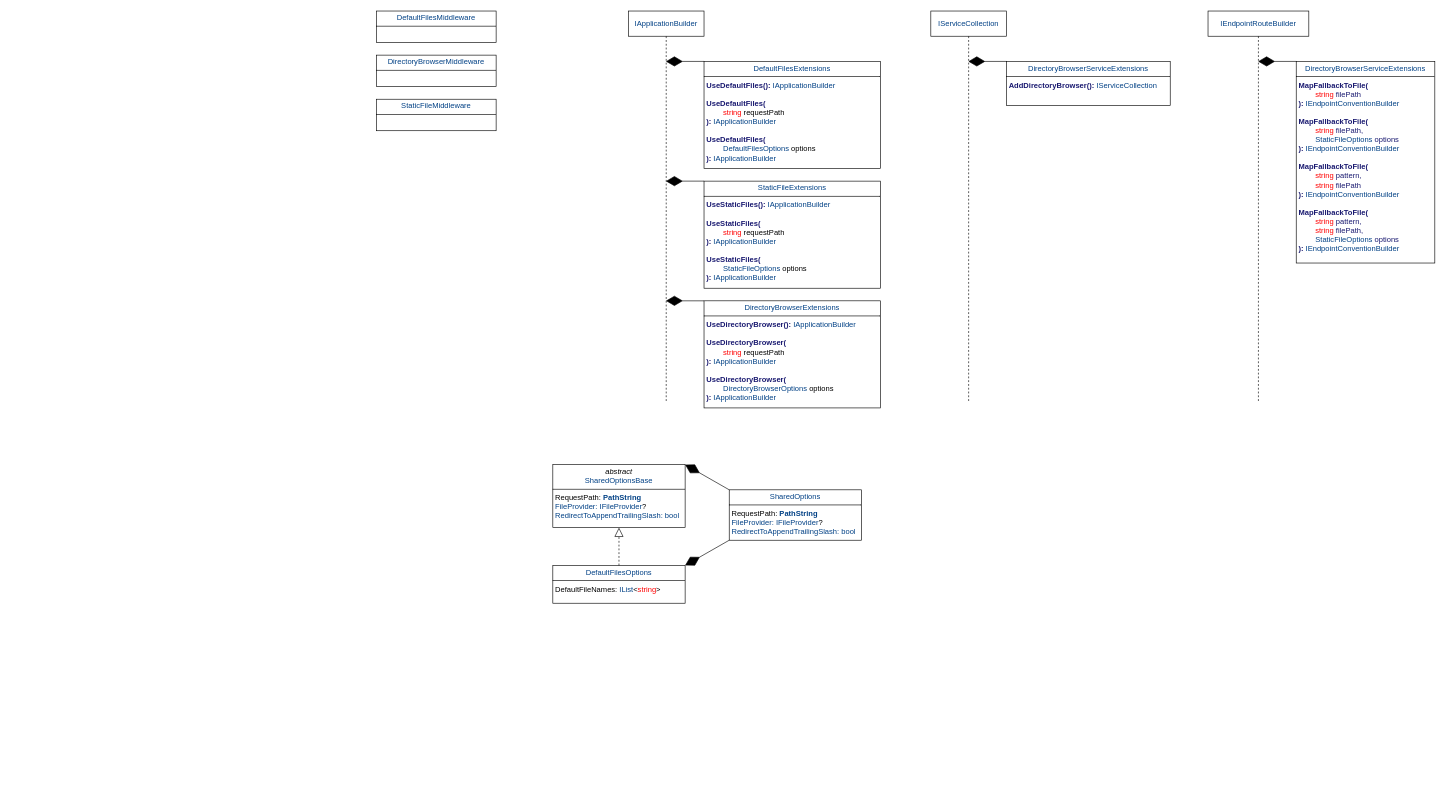
This is Middleware/Диаграмма без названия.drawio from KondyubaBA/AspNetCore-doc, a draw.io file, before an edit. Source tidied: cells renumbered, new cells numbered last; positions are measured from the earlier drawing's top-left corner, leaving out a move shared by most shapes. Both pictures are drawn from the tidied source at 63%, with x=0, y=0 at pixel (376, 11).
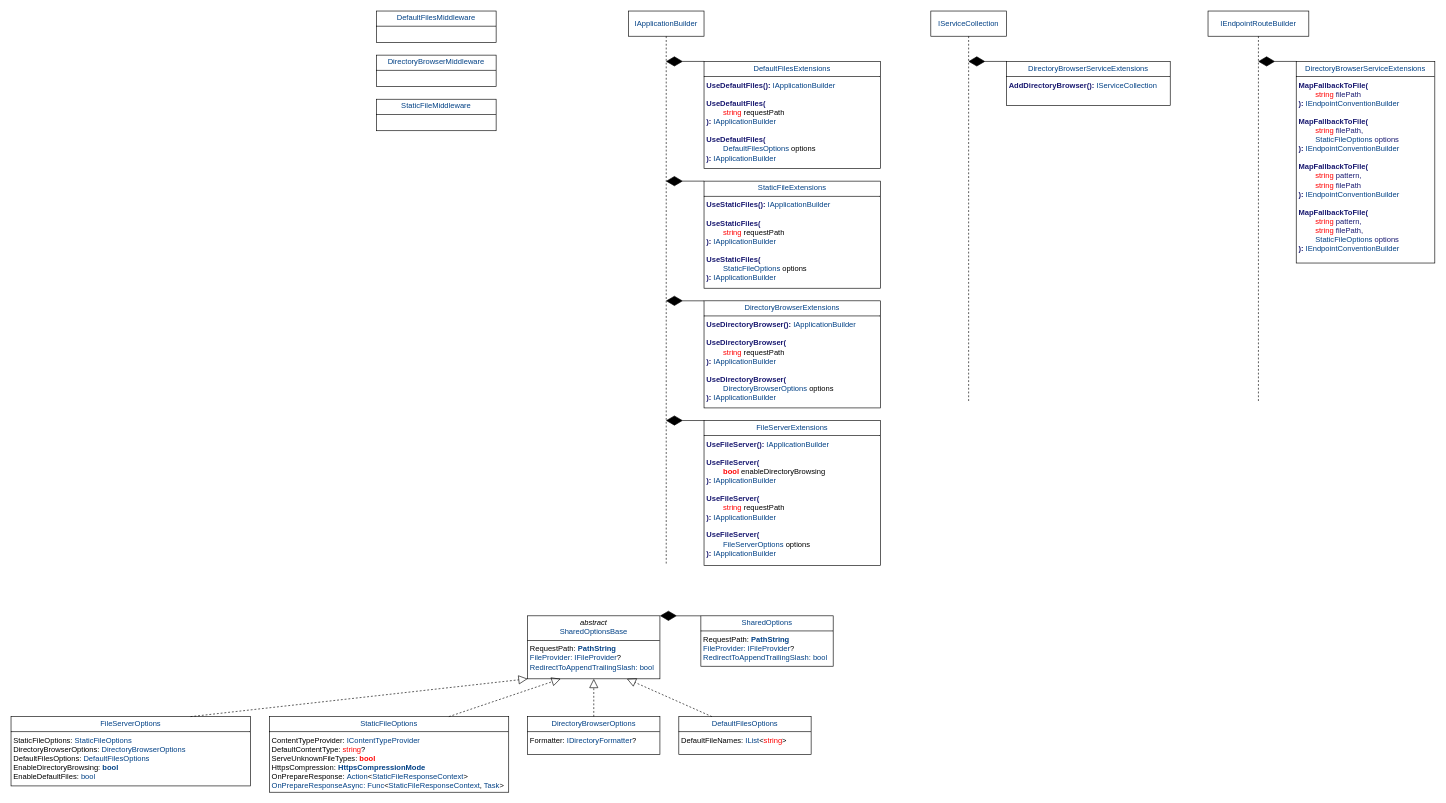
Above is the later version.

What changed in the source:
```diff
@@
     <mxCell id="11" value="&lt;span style=&quot;color: rgb(0, 64, 133);&quot;&gt;IApplicationBuilder&lt;/span&gt;" style="shape=umlLifeline;perimeter=lifelinePerimeter;whiteSpace=wrap;html=1;outlineConnect=0;portConstraint=eastwest;newEdgeStyle={&quot;curved&quot;:0,&quot;rounded&quot;:0};" parent="1" vertex="1">
-      <mxGeometry x="400" width="120" height="620" as="geometry" />
+      <mxGeometry x="400" width="120" height="880" as="geometry" />
     </mxCell>
@@
     <mxCell id="18" value="&lt;p style=&quot;margin:0px;margin-top:4px;text-align:center;&quot;&gt;&lt;span style=&quot;color: rgb(0, 64, 133); background-color: transparent; text-align: left;&quot;&gt;DefaultFilesOptions&lt;/span&gt;&lt;/p&gt;&lt;hr size=&quot;1&quot; style=&quot;border-style:solid;&quot;&gt;&lt;p style=&quot;margin:0px;margin-left:4px;&quot;&gt;DefaultFileNames:&amp;nbsp;&lt;span style=&quot;background-color: transparent; color: rgb(0, 64, 133);&quot;&gt;IList&lt;/span&gt;&lt;span style=&quot;background-color: transparent; color: light-dark(rgb(0, 0, 0), rgb(255, 255, 255));&quot;&gt;&amp;lt;&lt;/span&gt;&lt;span style=&quot;background-color: transparent; color: rgb(255, 0, 0);&quot;&gt;string&lt;/span&gt;&lt;span style=&quot;background-color: transparent; color: light-dark(rgb(0, 0, 0), rgb(255, 255, 255));&quot;&gt;&amp;gt;&lt;/span&gt;&lt;/p&gt;" style="verticalAlign=top;align=left;overflow=fill;html=1;whiteSpace=wrap;" parent="1" vertex="1">
-      <mxGeometry x="280" y="880" width="210" height="60" as="geometry" />
+      <mxGeometry x="480" y="1120" width="210" height="60" as="geometry" />
     </mxCell>
     <mxCell id="19" value="&lt;p style=&quot;margin:0px;margin-top:4px;text-align:center;&quot;&gt;&lt;i&gt;abstract&lt;/i&gt;&lt;br&gt;&lt;span style=&quot;color: rgb(0, 64, 133); background-color: transparent; text-align: left;&quot;&gt;SharedOptionsBase&lt;/span&gt;&lt;/p&gt;&lt;hr size=&quot;1&quot; style=&quot;border-style:solid;&quot;&gt;&lt;p style=&quot;margin:0px;margin-left:4px;&quot;&gt;RequestPath:&amp;nbsp;&lt;span style=&quot;color: rgb(0, 64, 133); font-weight: bold; background-color: transparent;&quot;&gt;PathString&lt;/span&gt;&lt;/p&gt;&lt;p style=&quot;margin:0px;margin-left:4px;&quot;&gt;&lt;span style=&quot;color: rgb(0, 64, 133); font-weight: bold; background-color: transparent;&quot;&gt;&lt;span style=&quot;font-weight: normal;&quot;&gt;FileProvider:&amp;nbsp;&lt;/span&gt;&lt;/span&gt;&lt;span style=&quot;background-color: transparent; color: rgb(0, 64, 133);&quot;&gt;IFileProvider&lt;/span&gt;&lt;span style=&quot;background-color: transparent; color: light-dark(rgb(0, 0, 0), rgb(255, 255, 255));&quot;&gt;?&lt;/span&gt;&lt;/p&gt;&lt;p style=&quot;margin:0px;margin-left:4px;&quot;&gt;&lt;span style=&quot;color: rgb(0, 64, 133); font-weight: bold; background-color: transparent;&quot;&gt;&lt;span style=&quot;font-weight: normal;&quot;&gt;RedirectToAppendTrailingSlash: bool&lt;/span&gt;&lt;/span&gt;&lt;/p&gt;&lt;p style=&quot;margin:0px;margin-left:4px;&quot;&gt;&lt;span style=&quot;color: rgb(0, 64, 133); font-weight: bold; background-color: transparent;&quot;&gt;&lt;br&gt;&lt;/span&gt;&lt;/p&gt;" style="verticalAlign=top;align=left;overflow=fill;html=1;whiteSpace=wrap;" parent="1" vertex="1">
-      <mxGeometry x="280" y="720" width="210" height="100" as="geometry" />
+      <mxGeometry x="240" y="960" width="210" height="100" as="geometry" />
     </mxCell>
-    <mxCell id="20" style="endArrow=block;dashed=1;endFill=0;endSize=12;html=1;rounded=0;entryX=0.5;entryY=1;entryDx=0;entryDy=0;exitX=0.5;exitY=0;exitDx=0;exitDy=0;" parent="1" edge="1" source="18" target="19">
+    <mxCell id="20" style="endArrow=block;dashed=1;endFill=0;endSize=12;html=1;rounded=0;entryX=0.75;entryY=1;entryDx=0;entryDy=0;exitX=0.25;exitY=0;exitDx=0;exitDy=0;" parent="1" edge="1" source="18" target="19">
       <mxGeometry relative="1" as="geometry" />
     </mxCell>
     <mxCell id="21" value="&lt;p style=&quot;margin:0px;margin-top:4px;text-align:center;&quot;&gt;&lt;span style=&quot;color: rgb(0, 64, 133); background-color: transparent; text-align: left;&quot;&gt;SharedOptions&lt;/span&gt;&lt;/p&gt;&lt;hr size=&quot;1&quot; style=&quot;border-style:solid;&quot;&gt;&lt;p style=&quot;margin: 0px 0px 0px 4px;&quot;&gt;RequestPath:&amp;nbsp;&lt;span style=&quot;color: rgb(0, 64, 133); font-weight: bold; background-color: transparent;&quot;&gt;PathString&lt;/span&gt;&lt;/p&gt;&lt;p style=&quot;margin: 0px 0px 0px 4px;&quot;&gt;&lt;span style=&quot;color: rgb(0, 64, 133); font-weight: bold; background-color: transparent;&quot;&gt;&lt;span style=&quot;font-weight: normal;&quot;&gt;FileProvider:&amp;nbsp;&lt;/span&gt;&lt;/span&gt;&lt;span style=&quot;background-color: transparent; color: rgb(0, 64, 133);&quot;&gt;IFileProvider&lt;/span&gt;&lt;span style=&quot;background-color: transparent; color: light-dark(rgb(0, 0, 0), rgb(255, 255, 255));&quot;&gt;?&lt;/span&gt;&lt;/p&gt;&lt;p style=&quot;margin: 0px 0px 0px 4px;&quot;&gt;&lt;span style=&quot;color: rgb(0, 64, 133); font-weight: bold; background-color: transparent;&quot;&gt;&lt;span style=&quot;font-weight: normal;&quot;&gt;RedirectToAppendTrailingSlash: bool&lt;/span&gt;&lt;/span&gt;&lt;/p&gt;&lt;p style=&quot;margin:0px;margin-left:4px;&quot;&gt;&lt;span style=&quot;color: rgb(0, 64, 133); font-weight: bold; background-color: transparent;&quot;&gt;&lt;br&gt;&lt;/span&gt;&lt;/p&gt;" style="verticalAlign=top;align=left;overflow=fill;html=1;whiteSpace=wrap;" parent="1" vertex="1">
-      <mxGeometry x="560" y="760" width="210" height="80" as="geometry" />
+      <mxGeometry x="515" y="960" width="210" height="80" as="geometry" />
     </mxCell>
-    <mxCell id="22" style="endArrow=diamondThin;endFill=1;endSize=24;html=1;rounded=0;entryX=1;entryY=0;entryDx=0;entryDy=0;exitX=0;exitY=1;exitDx=0;exitDy=0;" parent="1" edge="1" source="21" target="18">
-      <mxGeometry relative="1" as="geometry" />
-    </mxCell>
@@
+    <mxCell id="24" value="&lt;p style=&quot;margin:0px;margin-top:4px;text-align:center;&quot;&gt;&lt;span style=&quot;color: rgb(0, 64, 133); background-color: transparent; text-align: left;&quot;&gt;DirectoryBrowserOptions&lt;/span&gt;&lt;/p&gt;&lt;hr size=&quot;1&quot; style=&quot;border-style:solid;&quot;&gt;&lt;p style=&quot;margin:0px;margin-left:4px;&quot;&gt;&lt;span style=&quot;background-color: transparent; color: light-dark(rgb(0, 0, 0), rgb(255, 255, 255));&quot;&gt;Formatter&lt;/span&gt;:&amp;nbsp;&lt;span style=&quot;background-color: transparent; color: rgb(0, 64, 133);&quot;&gt;IDirectoryFormatter&lt;/span&gt;&lt;span style=&quot;background-color: transparent; color: light-dark(rgb(0, 0, 0), rgb(255, 255, 255));&quot;&gt;?&lt;/span&gt;&lt;/p&gt;" style="verticalAlign=top;align=left;overflow=fill;html=1;whiteSpace=wrap;" parent="1" vertex="1">
+      <mxGeometry x="240" y="1120" width="210" height="60" as="geometry" />
+    </mxCell>
+    <mxCell id="25" style="endArrow=block;dashed=1;endFill=0;endSize=12;html=1;rounded=0;entryX=0.5;entryY=1;entryDx=0;entryDy=0;exitX=0.5;exitY=0;exitDx=0;exitDy=0;" parent="1" edge="1" source="24" target="19">
+      <mxGeometry relative="1" as="geometry" />
+    </mxCell>
+    <mxCell id="26" value="&lt;p style=&quot;margin:0px;margin-top:4px;text-align:center;&quot;&gt;&lt;span style=&quot;color: rgb(0, 64, 133); background-color: transparent; text-align: left;&quot;&gt;StaticFileOptions&lt;/span&gt;&lt;/p&gt;&lt;hr size=&quot;1&quot; style=&quot;border-style:solid;&quot;&gt;&lt;p style=&quot;margin:0px;margin-left:4px;&quot;&gt;&lt;span style=&quot;background-color: transparent; color: light-dark(rgb(0, 0, 0), rgb(255, 255, 255));&quot;&gt;ContentTypeProvider&lt;/span&gt;:&amp;nbsp;&lt;span style=&quot;color: rgb(0, 64, 133); background-color: transparent;&quot;&gt;IContentTypeProvider&lt;/span&gt;&lt;/p&gt;&lt;p style=&quot;margin:0px;margin-left:4px;&quot;&gt;DefaultContentType:&amp;nbsp;&lt;span style=&quot;color: rgb(0, 64, 133); background-color: transparent;&quot;&gt;&lt;/span&gt;&lt;span style=&quot;background-color: transparent; color: rgb(255, 0, 0);&quot;&gt;string&lt;/span&gt;&lt;span style=&quot;background-color: transparent; color: light-dark(rgb(0, 0, 0), rgb(255, 255, 255));&quot;&gt;?&lt;/span&gt;&lt;/p&gt;&lt;p style=&quot;margin:0px;margin-left:4px;&quot;&gt;ServeUnknownFileTypes:&amp;nbsp;&lt;span style=&quot;background-color: transparent; color: light-dark(rgb(0, 0, 0), rgb(255, 255, 255));&quot;&gt;&lt;/span&gt;&lt;span style=&quot;color: rgb(255, 0, 0); font-weight: bold; background-color: transparent;&quot;&gt;bool&lt;/span&gt;&lt;/p&gt;&lt;p style=&quot;margin:0px;margin-left:4px;&quot;&gt;HttpsCompression:&amp;nbsp;&lt;span style=&quot;color: rgb(255, 0, 0); font-weight: bold; background-color: transparent;&quot;&gt;&lt;/span&gt;&lt;span style=&quot;color: rgb(0, 64, 133); font-weight: bold; background-color: transparent;&quot;&gt;HttpsCompressionMode&lt;/span&gt;&lt;/p&gt;&lt;p style=&quot;margin:0px;margin-left:4px;&quot;&gt;OnPrepareResponse:&amp;nbsp;&lt;span style=&quot;color: rgb(0, 64, 133); font-weight: bold; background-color: transparent;&quot;&gt;&lt;/span&gt;&lt;span style=&quot;background-color: transparent; color: rgb(0, 64, 133);&quot;&gt;Action&lt;/span&gt;&lt;span style=&quot;background-color: transparent; color: light-dark(rgb(0, 0, 0), rgb(255, 255, 255));&quot;&gt;&amp;lt;&lt;/span&gt;&lt;span style=&quot;background-color: transparent; color: rgb(0, 64, 133);&quot;&gt;StaticFileResponseContext&lt;/span&gt;&lt;span style=&quot;background-color: transparent; color: light-dark(rgb(0, 0, 0), rgb(255, 255, 255));&quot;&gt;&amp;gt;&lt;/span&gt;&lt;/p&gt;&lt;p style=&quot;margin:0px;margin-left:4px;&quot;&gt;&lt;span style=&quot;color: rgb(0, 64, 133); font-weight: bold; background-color: transparent;&quot;&gt;&lt;span style=&quot;font-weight: normal;&quot;&gt;OnPrepareResponseAsync:&amp;nbsp;&lt;/span&gt;&lt;/span&gt;&lt;span style=&quot;background-color: transparent; color: rgb(0, 64, 133);&quot;&gt;Func&lt;/span&gt;&lt;span style=&quot;background-color: transparent; color: light-dark(rgb(0, 0, 0), rgb(255, 255, 255));&quot;&gt;&amp;lt;&lt;/span&gt;&lt;span style=&quot;background-color: transparent; color: rgb(0, 64, 133);&quot;&gt;StaticFileResponseContext&lt;/span&gt;&lt;span style=&quot;background-color: transparent; color: light-dark(rgb(0, 0, 0), rgb(255, 255, 255));&quot;&gt;, &lt;/span&gt;&lt;span style=&quot;background-color: transparent; color: rgb(0, 64, 133);&quot;&gt;Task&lt;/span&gt;&lt;span style=&quot;background-color: transparent; color: light-dark(rgb(0, 0, 0), rgb(255, 255, 255));&quot;&gt;&amp;gt;&lt;/span&gt;&lt;/p&gt;&lt;p style=&quot;margin:0px;margin-left:4px;&quot;&gt;&lt;span style=&quot;color: rgb(0, 64, 133); font-weight: bold; background-color: transparent;&quot;&gt;&lt;br&gt;&lt;/span&gt;&lt;/p&gt;" style="verticalAlign=top;align=left;overflow=fill;html=1;whiteSpace=wrap;" parent="1" vertex="1">
+      <mxGeometry x="-170" y="1120" width="380" height="120" as="geometry" />
+    </mxCell>
+    <mxCell id="27" style="endArrow=block;dashed=1;endFill=0;endSize=12;html=1;rounded=0;entryX=0.25;entryY=1;entryDx=0;entryDy=0;exitX=0.75;exitY=0;exitDx=0;exitDy=0;" parent="1" edge="1" source="26" target="19">
+      <mxGeometry relative="1" as="geometry" />
+    </mxCell>
+    <mxCell id="28" value="&lt;p style=&quot;margin:0px;margin-top:4px;text-align:center;&quot;&gt;&lt;span style=&quot;color: rgb(0, 64, 133); background-color: transparent; text-align: left;&quot;&gt;FileServerExtensions&lt;/span&gt;&lt;/p&gt;&lt;hr size=&quot;1&quot; style=&quot;border-style:solid;&quot;&gt;&lt;p style=&quot;margin:0px;margin-left:4px;&quot;&gt;&lt;span style=&quot;color: rgb(25, 25, 112); font-weight: bold;&quot;&gt;&lt;span style=&quot;background-color: transparent;&quot;&gt;UseFileServer&lt;/span&gt;(&lt;/span&gt;&lt;span style=&quot;background-color: transparent; color: rgb(25, 25, 112); font-weight: bold;&quot;&gt;):&amp;nbsp;&lt;/span&gt;&lt;span style=&quot;background-color: transparent; color: rgb(0, 64, 133);&quot;&gt;IApplicationBuilder&lt;/span&gt;&lt;/p&gt;&lt;p style=&quot;margin:0px;margin-left:4px;&quot;&gt;&lt;span style=&quot;background-color: transparent; color: rgb(0, 64, 133);&quot;&gt;&lt;br&gt;&lt;/span&gt;&lt;/p&gt;&lt;p style=&quot;margin:0px;margin-left:4px;&quot;&gt;&lt;span style=&quot;color: rgb(25, 25, 112); font-weight: bold;&quot;&gt;&lt;span style=&quot;background-color: transparent;&quot;&gt;UseFileServer&lt;/span&gt;(&lt;/span&gt;&lt;/p&gt;&lt;p style=&quot;margin:0px;margin-left:4px;&quot;&gt;&lt;span style=&quot;color: rgb(255, 0, 0);&quot;&gt;&lt;span style=&quot;white-space: pre;&quot;&gt;&#9;&lt;/span&gt;&lt;/span&gt;&lt;span style=&quot;background-color: transparent; color: rgb(255, 0, 0); font-weight: bold;&quot;&gt;bool&lt;/span&gt;&lt;span style=&quot;background-color: transparent; color: light-dark(rgb(0, 0, 0), rgb(255, 255, 255));&quot;&gt; &lt;/span&gt;&lt;span style=&quot;background-color: transparent; color: light-dark(rgb(0, 0, 0), rgb(255, 255, 255));&quot;&gt;enableDirectoryBrowsing&lt;/span&gt;&lt;/p&gt;&lt;p style=&quot;margin:0px;margin-left:4px;&quot;&gt;&lt;span style=&quot;color: rgb(25, 25, 112); font-weight: bold;&quot;&gt;):&amp;nbsp;&lt;/span&gt;&lt;span style=&quot;background-color: transparent; color: rgb(0, 64, 133);&quot;&gt;&lt;/span&gt;&lt;span style=&quot;color: rgb(0, 64, 133); background-color: transparent;&quot;&gt;IApplicationBuilder&lt;/span&gt;&lt;/p&gt;&lt;p style=&quot;margin:0px;margin-left:4px;&quot;&gt;&lt;span style=&quot;color: rgb(0, 64, 133); background-color: transparent;&quot;&gt;&lt;br&gt;&lt;/span&gt;&lt;/p&gt;&lt;p style=&quot;margin:0px;margin-left:4px;&quot;&gt;&lt;span style=&quot;color: rgb(25, 25, 112); font-weight: bold;&quot;&gt;&lt;span style=&quot;background-color: transparent;&quot;&gt;UseFileServer&lt;/span&gt;(&lt;/span&gt;&lt;span style=&quot;color: light-dark(rgb(0, 64, 133), rgb(142, 197, 255)); background-color: transparent; white-space: pre;&quot;&gt;&#9;&lt;/span&gt;&lt;/p&gt;&lt;p style=&quot;margin:0px;margin-left:4px;&quot;&gt;&lt;span style=&quot;color: rgb(0, 64, 133);&quot;&gt;&lt;span style=&quot;white-space: pre;&quot;&gt;&#9;&lt;/span&gt;&lt;/span&gt;&lt;span style=&quot;background-color: transparent; color: rgb(255, 0, 0);&quot;&gt;string&lt;/span&gt;&lt;span style=&quot;background-color: transparent; color: light-dark(rgb(0, 0, 0), rgb(255, 255, 255));&quot;&gt; &lt;/span&gt;&lt;span style=&quot;background-color: transparent; color: light-dark(rgb(0, 0, 0), rgb(255, 255, 255));&quot;&gt;requestPath&lt;/span&gt;&lt;/p&gt;&lt;p style=&quot;margin:0px;margin-left:4px;&quot;&gt;&lt;span style=&quot;color: rgb(25, 25, 112); font-weight: bold;&quot;&gt;):&amp;nbsp;&lt;/span&gt;&lt;span style=&quot;color: rgb(0, 64, 133); background-color: transparent;&quot;&gt;&lt;/span&gt;&lt;span style=&quot;color: rgb(0, 64, 133); background-color: transparent;&quot;&gt;IApplicationBuilder&lt;/span&gt;&lt;/p&gt;&lt;p style=&quot;margin:0px;margin-left:4px;&quot;&gt;&lt;span style=&quot;color: rgb(0, 64, 133); background-color: transparent;&quot;&gt;&lt;br&gt;&lt;/span&gt;&lt;/p&gt;&lt;p style=&quot;margin: 0px 0px 0px 4px;&quot;&gt;&lt;span style=&quot;color: rgb(25, 25, 112); font-weight: bold;&quot;&gt;&lt;span style=&quot;background-color: transparent;&quot;&gt;UseFileServer&lt;/span&gt;(&lt;/span&gt;&lt;span style=&quot;color: light-dark(rgb(0, 64, 133), rgb(142, 197, 255)); background-color: transparent; white-space: pre;&quot;&gt;&#9;&lt;/span&gt;&lt;/p&gt;&lt;p style=&quot;margin: 0px 0px 0px 4px;&quot;&gt;&lt;span style=&quot;color: rgb(0, 64, 133);&quot;&gt;&lt;span style=&quot;white-space: pre;&quot;&gt;&#9;&lt;/span&gt;&lt;/span&gt;&lt;span style=&quot;background-color: transparent; color: rgb(0, 64, 133);&quot;&gt;FileServerOptions&lt;/span&gt;&lt;span style=&quot;background-color: transparent; color: light-dark(rgb(0, 0, 0), rgb(255, 255, 255));&quot;&gt; &lt;/span&gt;&lt;span style=&quot;background-color: transparent; color: light-dark(rgb(0, 0, 0), rgb(255, 255, 255));&quot;&gt;options&lt;/span&gt;&lt;/p&gt;&lt;p style=&quot;margin:0px;margin-left:4px;&quot;&gt;&lt;span style=&quot;color: rgb(0, 64, 133); background-color: transparent;&quot;&gt;&lt;/span&gt;&lt;/p&gt;&lt;p style=&quot;margin: 0px 0px 0px 4px;&quot;&gt;&lt;span style=&quot;color: rgb(25, 25, 112); font-weight: bold;&quot;&gt;):&amp;nbsp;&lt;/span&gt;&lt;span style=&quot;color: rgb(0, 64, 133); background-color: transparent;&quot;&gt;&lt;/span&gt;&lt;span style=&quot;color: rgb(0, 64, 133); background-color: transparent;&quot;&gt;IApplicationBuilder&lt;/span&gt;&lt;/p&gt;" style="verticalAlign=top;align=left;overflow=fill;html=1;whiteSpace=wrap;" parent="1" vertex="1">
+      <mxGeometry x="520" y="650" width="280" height="230" as="geometry" />
+    </mxCell>
+    <mxCell id="29" style="endArrow=diamondThin;endFill=1;endSize=24;html=1;rounded=0;exitX=0;exitY=0;exitDx=0;exitDy=0;" parent="1" edge="1" source="28" target="11">
+      <mxGeometry relative="1" as="geometry" />
+    </mxCell>
+    <mxCell id="30" value="&lt;p style=&quot;margin:0px;margin-top:4px;text-align:center;&quot;&gt;&lt;span style=&quot;color: rgb(0, 64, 133); background-color: transparent; text-align: left;&quot;&gt;FileServerOptions&lt;/span&gt;&lt;/p&gt;&lt;hr size=&quot;1&quot; style=&quot;border-style:solid;&quot;&gt;&lt;p style=&quot;margin:0px;margin-left:4px;&quot;&gt;&lt;span style=&quot;background-color: transparent; color: light-dark(rgb(0, 0, 0), rgb(255, 255, 255));&quot;&gt;StaticFileOptions&lt;/span&gt;:&amp;nbsp;&lt;span style=&quot;color: rgb(0, 64, 133); background-color: transparent;&quot;&gt;StaticFileOptions&lt;/span&gt;&lt;/p&gt;&lt;p style=&quot;margin:0px;margin-left:4px;&quot;&gt;&lt;span style=&quot;background-color: transparent; color: light-dark(rgb(0, 0, 0), rgb(255, 255, 255));&quot;&gt;DirectoryBrowserOptions&lt;/span&gt;:&amp;nbsp;&lt;span style=&quot;color: rgb(0, 64, 133); background-color: transparent;&quot;&gt;DirectoryBrowserOptions&lt;/span&gt;&lt;/p&gt;&lt;p style=&quot;margin:0px;margin-left:4px;&quot;&gt;&lt;span style=&quot;background-color: transparent; color: light-dark(rgb(0, 0, 0), rgb(255, 255, 255));&quot;&gt;DefaultFilesOptions&lt;/span&gt;:&amp;nbsp;&lt;span style=&quot;color: rgb(0, 64, 133); background-color: transparent;&quot;&gt;DefaultFilesOptions&lt;/span&gt;&lt;/p&gt;&lt;p style=&quot;margin:0px;margin-left:4px;&quot;&gt;&lt;span style=&quot;background-color: transparent; color: light-dark(rgb(0, 0, 0), rgb(255, 255, 255));&quot;&gt;EnableDirectoryBrowsing&lt;/span&gt;:&amp;nbsp;&lt;span style=&quot;color: rgb(255, 0, 0); font-weight: bold; background-color: transparent;&quot;&gt;&lt;/span&gt;&lt;span style=&quot;color: rgb(0, 64, 133); font-weight: bold; background-color: transparent;&quot;&gt;bool&lt;/span&gt;&lt;/p&gt;&lt;p style=&quot;margin:0px;margin-left:4px;&quot;&gt;&lt;span style=&quot;background-color: transparent; color: light-dark(rgb(0, 0, 0), rgb(255, 255, 255));&quot;&gt;EnableDefaultFiles&lt;/span&gt;: &lt;font color=&quot;#004085&quot;&gt;bool&lt;/font&gt;&lt;/p&gt;&lt;p style=&quot;margin:0px;margin-left:4px;&quot;&gt;&lt;br&gt;&lt;/p&gt;&lt;p style=&quot;margin:0px;margin-left:4px;&quot;&gt;&lt;span style=&quot;color: rgb(0, 64, 133); font-weight: bold; background-color: transparent;&quot;&gt;&lt;br&gt;&lt;/span&gt;&lt;/p&gt;" style="verticalAlign=top;align=left;overflow=fill;html=1;whiteSpace=wrap;" parent="1" vertex="1">
+      <mxGeometry x="-580" y="1120" width="380" height="110" as="geometry" />
+    </mxCell>
+    <mxCell id="31" style="endArrow=block;dashed=1;endFill=0;endSize=12;html=1;rounded=0;entryX=0;entryY=1;entryDx=0;entryDy=0;exitX=0.75;exitY=0;exitDx=0;exitDy=0;" parent="1" edge="1" source="30" target="19">
+      <mxGeometry relative="1" as="geometry" />
+    </mxCell>
```
